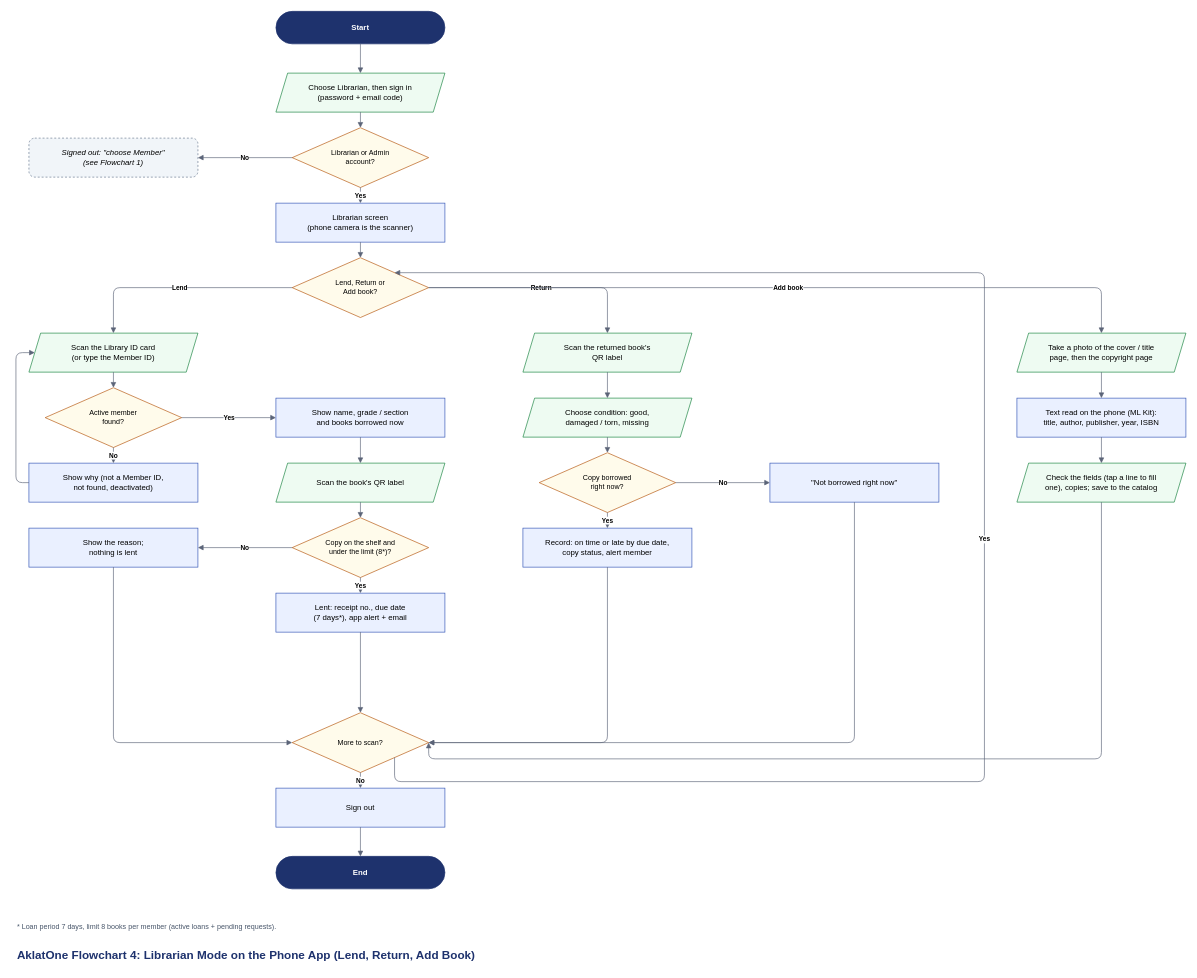
The draw.io diagram page "Flowchart 4 - Librarian on the Phone" (4 of 5) of docs/diagrams/AklatOne-Flowchart.drawio in Flynchmore/TNHS-AklatOne, before the edit. Source tidied: cells renumbered, new cells numbered last; positions are measured from the earlier drawing's top-left corner, leaving out a move shared by most shapes. Both pictures are drawn from the tidied source at 65%, with x=0, y=0 at pixel (16, 11).
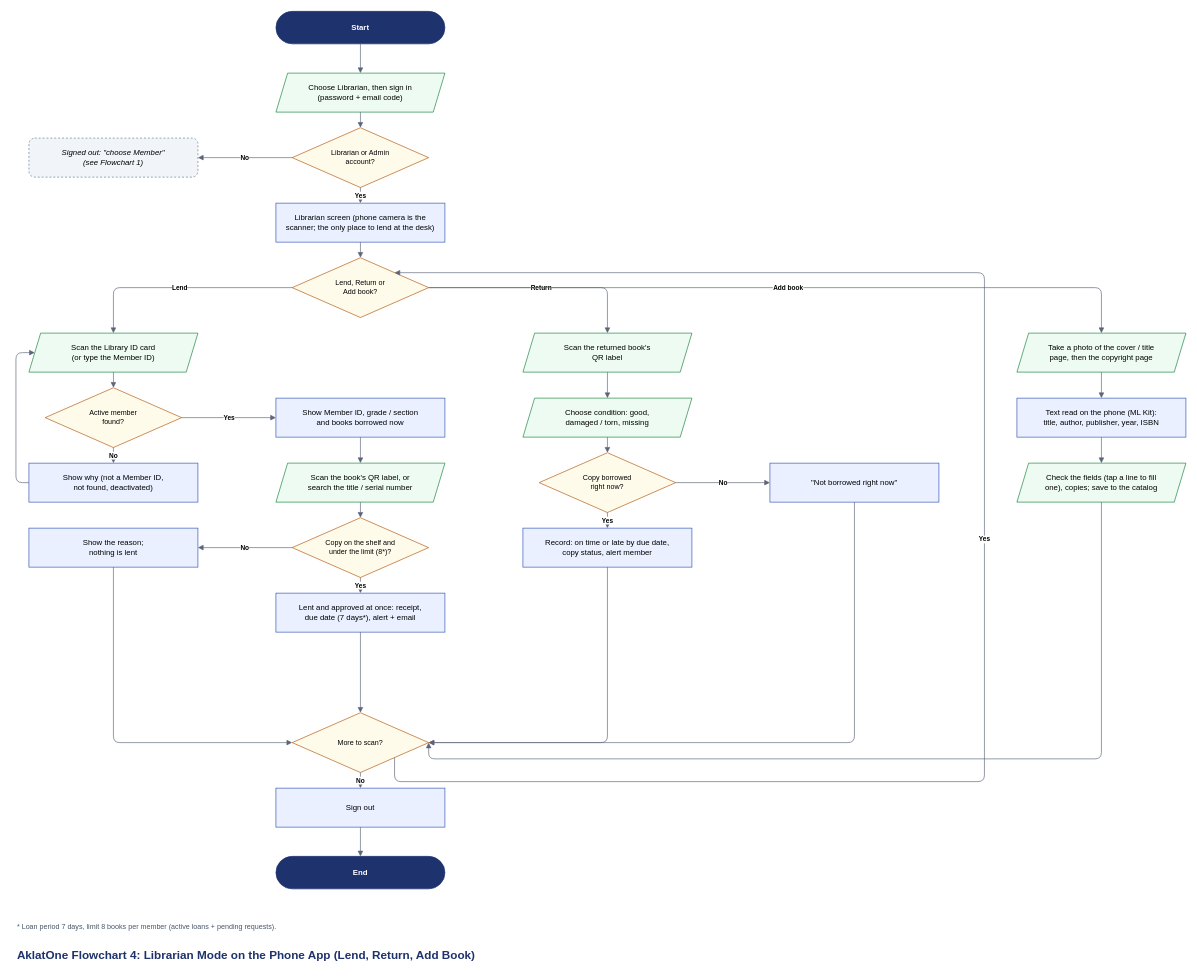
Above is the later version.

Diff of the diagram source:
```diff
@@
-    <mxCell id="6" value="Librarian screen&lt;br&gt;(phone camera is the scanner)" style="rounded=0;whiteSpace=wrap;html=1;fillColor=#EAF0FF;strokeColor=#3354B5;fontSize=12;" parent="1" vertex="1">
+    <mxCell id="6" value="Librarian screen (phone camera is the&lt;br&gt;scanner; the only place to lend at the desk)" style="rounded=0;whiteSpace=wrap;html=1;fillColor=#EAF0FF;strokeColor=#3354B5;fontSize=12;" parent="1" vertex="1">
       <mxGeometry x="400" y="295" width="260" height="60" as="geometry" />
     </mxCell>
@@
-    <mxCell id="14" value="Show name, grade / section&lt;br&gt;and books borrowed now" style="rounded=0;whiteSpace=wrap;html=1;fillColor=#EAF0FF;strokeColor=#3354B5;fontSize=12;" parent="1" vertex="1">
+    <mxCell id="14" value="Show Member ID, grade / section&lt;br&gt;and books borrowed now" style="rounded=0;whiteSpace=wrap;html=1;fillColor=#EAF0FF;strokeColor=#3354B5;fontSize=12;" parent="1" vertex="1">
       <mxGeometry x="400" y="595" width="260" height="60" as="geometry" />
     </mxCell>
-    <mxCell id="15" value="Scan the book&amp;#x27;s QR label" style="shape=parallelogram;perimeter=parallelogramPerimeter;fixedSize=1;size=18;whiteSpace=wrap;html=1;fillColor=#EEFBF2;strokeColor=#15803D;fontSize=12;" parent="1" vertex="1">
+    <mxCell id="15" value="Scan the book&amp;#x27;s QR label, or&lt;br&gt;search the title / serial number" style="shape=parallelogram;perimeter=parallelogramPerimeter;fixedSize=1;size=18;whiteSpace=wrap;html=1;fillColor=#EEFBF2;strokeColor=#15803D;fontSize=12;" parent="1" vertex="1">
       <mxGeometry x="400" y="695" width="260" height="60" as="geometry" />
     </mxCell>
@@
-    <mxCell id="18" value="Lent: receipt no., due date&lt;br&gt;(7 days*), app alert + email" style="rounded=0;whiteSpace=wrap;html=1;fillColor=#EAF0FF;strokeColor=#3354B5;fontSize=12;" parent="1" vertex="1">
+    <mxCell id="18" value="Lent and approved at once: receipt,&lt;br&gt;due date (7 days*), alert + email" style="rounded=0;whiteSpace=wrap;html=1;fillColor=#EAF0FF;strokeColor=#3354B5;fontSize=12;" parent="1" vertex="1">
       <mxGeometry x="400" y="895" width="260" height="60" as="geometry" />
     </mxCell>
```
